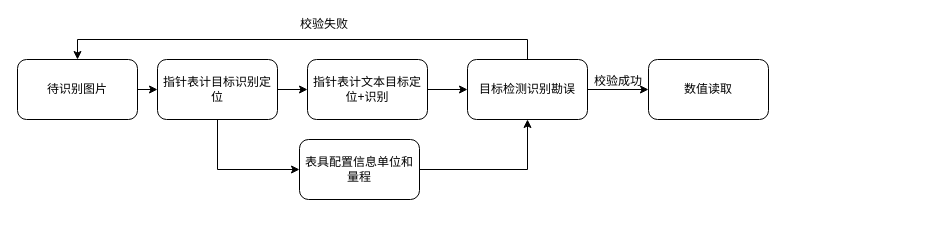
The draw.io diagram pointer_read.drawio in paleblackless/diagrams, before the edit. Source tidied: cells renumbered, new cells numbered last; positions are measured from the earlier drawing's top-left corner, leaving out a move shared by most shapes. Both pictures are drawn from the tidied source at 100%, with x=0, y=0 at pixel (17, 19).
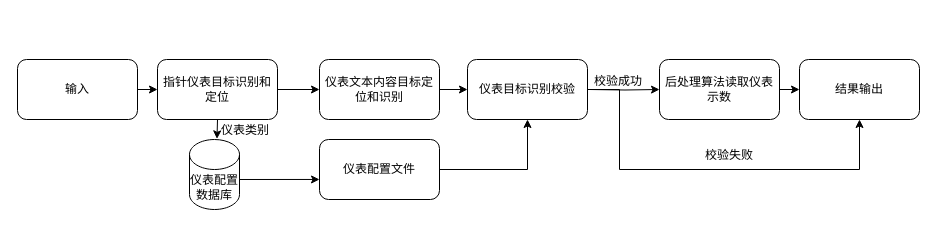
The same page after the edit.

The edit, as a diff of the source:
```diff
@@
-    <mxCell id="3" value="待识别图片" style="rounded=1;whiteSpace=wrap;html=1;" parent="1" vertex="1">
+    <mxCell id="3" value="输入" style="rounded=1;whiteSpace=wrap;html=1;" parent="1" vertex="1">
       <mxGeometry y="40" width="120" height="60" as="geometry" />
     </mxCell>
@@
-    <mxCell id="5" style="edgeStyle=orthogonalEdgeStyle;rounded=0;jettySize=auto;html=1;exitX=0.5;exitY=1;exitDx=0;exitDy=0;entryX=0;entryY=0.5;entryDx=0;entryDy=0;" parent="1" edge="1" source="6" target="10">
-      <mxGeometry relative="1" as="geometry" />
-    </mxCell>
+    <mxCell id="17" style="edgeStyle=orthogonalEdgeStyle;rounded=0;jettySize=auto;html=1;exitX=0.5;exitY=1;exitDx=0;exitDy=0;entryX=0.55;entryY=-0.009;entryDx=0;entryDy=0;entryPerimeter=0;" parent="1" edge="1" source="6" target="22">
+      <mxGeometry relative="1" as="geometry" />
+    </mxCell>
-    <mxCell id="6" value="指针表计目标识别定位" style="rounded=1;whiteSpace=wrap;html=1;" parent="1" vertex="1">
+    <mxCell id="6" value="指针仪表目标识别和定位" style="rounded=1;whiteSpace=wrap;html=1;" parent="1" vertex="1">
       <mxGeometry x="140" y="40" width="120" height="60" as="geometry" />
     </mxCell>
@@
-    <mxCell id="8" value="指针表计文本目标定位+识别" style="rounded=1;whiteSpace=wrap;html=1;" parent="1" vertex="1">
-      <mxGeometry x="290" y="40" width="120" height="60" as="geometry" />
+    <mxCell id="8" value="仪表文本内容目标定位和识别" style="rounded=1;whiteSpace=wrap;html=1;" parent="1" vertex="1">
+      <mxGeometry x="302" y="40" width="120" height="60" as="geometry" />
     </mxCell>
@@
-    <mxCell id="10" value="表具配置信息单位和量程" style="rounded=1;whiteSpace=wrap;html=1;" parent="1" vertex="1">
-      <mxGeometry x="282" y="120" width="120" height="60" as="geometry" />
+    <mxCell id="10" value="仪表配置文件" style="rounded=1;whiteSpace=wrap;html=1;" parent="1" vertex="1">
+      <mxGeometry x="302" y="120" width="120" height="60" as="geometry" />
     </mxCell>
-    <mxCell id="11" style="edgeStyle=orthogonalEdgeStyle;rounded=0;jettySize=auto;html=1;exitX=1;exitY=0.5;exitDx=0;exitDy=0;entryX=0;entryY=0.5;entryDx=0;entryDy=0;" parent="1" edge="1" source="13" target="14">
-      <mxGeometry relative="1" as="geometry" />
+    <mxCell id="11" style="edgeStyle=orthogonalEdgeStyle;rounded=0;jettySize=auto;html=1;entryX=0;entryY=0.5;entryDx=0;entryDy=0;" parent="1" edge="1" target="14">
+      <mxGeometry relative="1" as="geometry">
+        <mxPoint x="572" y="70" as="sourcePoint" />
+      </mxGeometry>
     </mxCell>
-    <mxCell id="12" style="edgeStyle=orthogonalEdgeStyle;rounded=0;jettySize=auto;html=1;exitX=0.5;exitY=0;exitDx=0;exitDy=0;entryX=0.5;entryY=0;entryDx=0;entryDy=0;" parent="1" edge="1" source="13" target="3">
-      <mxGeometry relative="1" as="geometry" />
-    </mxCell>
+    <mxCell id="18" style="edgeStyle=orthogonalEdgeStyle;rounded=0;jettySize=auto;html=1;exitX=1;exitY=0.5;exitDx=0;exitDy=0;" parent="1" edge="1" source="13" target="20">
+      <mxGeometry relative="1" as="geometry">
+        <Array as="points">
+          <mxPoint x="602" y="70" />
+          <mxPoint x="602" y="150" />
+          <mxPoint x="842" y="150" />
+        </Array>
+      </mxGeometry>
+    </mxCell>
-    <mxCell id="13" value="目标检测识别勘误" style="rounded=1;whiteSpace=wrap;html=1;" parent="1" vertex="1">
+    <mxCell id="13" value="仪表目标识别校验" style="rounded=1;whiteSpace=wrap;html=1;" parent="1" vertex="1">
       <mxGeometry x="450" y="40" width="120" height="60" as="geometry" />
     </mxCell>
+    <mxCell id="19" style="edgeStyle=orthogonalEdgeStyle;rounded=0;jettySize=auto;html=1;exitX=1;exitY=0.5;exitDx=0;exitDy=0;entryX=0;entryY=0.5;entryDx=0;entryDy=0;" parent="1" edge="1" source="14" target="20">
+      <mxGeometry relative="1" as="geometry" />
+    </mxCell>
-    <mxCell id="14" value="数值读取" style="rounded=1;whiteSpace=wrap;html=1;" parent="1" vertex="1">
-      <mxGeometry x="631" y="40" width="120" height="60" as="geometry" />
+    <mxCell id="14" value="后处理算法读取仪表示数" style="rounded=1;whiteSpace=wrap;html=1;" parent="1" vertex="1">
+      <mxGeometry x="642" y="40" width="120" height="60" as="geometry" />
     </mxCell>
@@
+    <mxCell id="20" value="结果输出" style="rounded=1;whiteSpace=wrap;html=1;" parent="1" vertex="1">
+      <mxGeometry x="782" y="40" width="120" height="60" as="geometry" />
+    </mxCell>
+    <mxCell id="21" style="edgeStyle=orthogonalEdgeStyle;rounded=0;jettySize=auto;html=1;exitX=1;exitY=0.5;exitDx=0;exitDy=0;exitPerimeter=0;entryX=0;entryY=0.666;entryDx=0;entryDy=0;entryPerimeter=0;" parent="1" edge="1" source="22" target="10">
+      <mxGeometry relative="1" as="geometry">
+        <Array as="points">
+          <mxPoint x="212" y="160" />
+        </Array>
+      </mxGeometry>
+    </mxCell>
+    <mxCell id="22" value="仪表配置数据库" style="shape=cylinder3;whiteSpace=wrap;html=1;boundedLbl=1;backgroundOutline=1;size=15;" parent="1" vertex="1">
+      <mxGeometry x="172" y="120" width="50" height="70" as="geometry" />
+    </mxCell>
     <mxCell id="16" value="校验失败" style="text;html=1;strokeColor=none;fillColor=none;align=center;verticalAlign=middle;whiteSpace=wrap;rounded=0;" parent="1" vertex="1">
-      <mxGeometry x="272" width="70" height="10" as="geometry" />
+      <mxGeometry x="682" y="131" width="60" height="10" as="geometry" />
     </mxCell>
+    <mxCell id="23" value="仪表类别" style="text;html=1;strokeColor=none;fillColor=none;align=center;verticalAlign=middle;whiteSpace=wrap;rounded=0;" parent="1" vertex="1">
+      <mxGeometry x="203" y="101" width="50" height="19" as="geometry" />
+    </mxCell>
```
